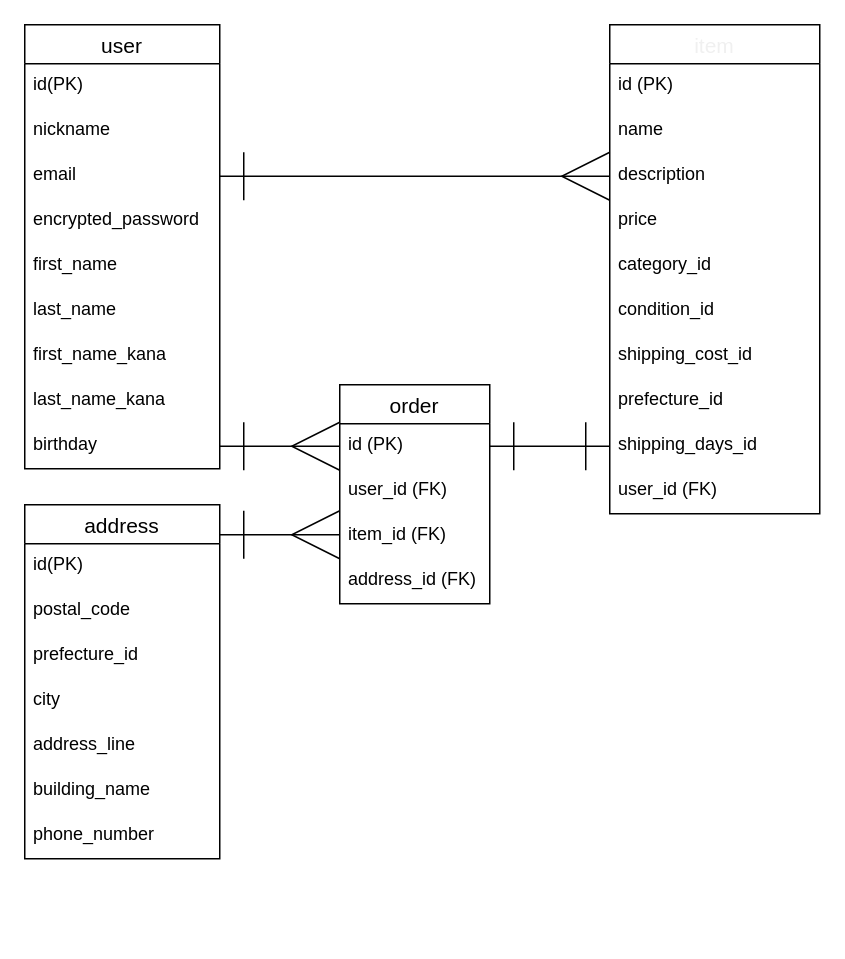
This is fulima_41683_ER.dio from ooyamadaizan/furima-41683, a draw.io file, before an edit. Source tidied: cells renumbered, new cells numbered last; positions are measured from the earlier drawing's top-left corner, leaving out a move shared by most shapes. Both pictures are drawn from the tidied source at 150%, with x=0, y=0 at pixel (24, 24).
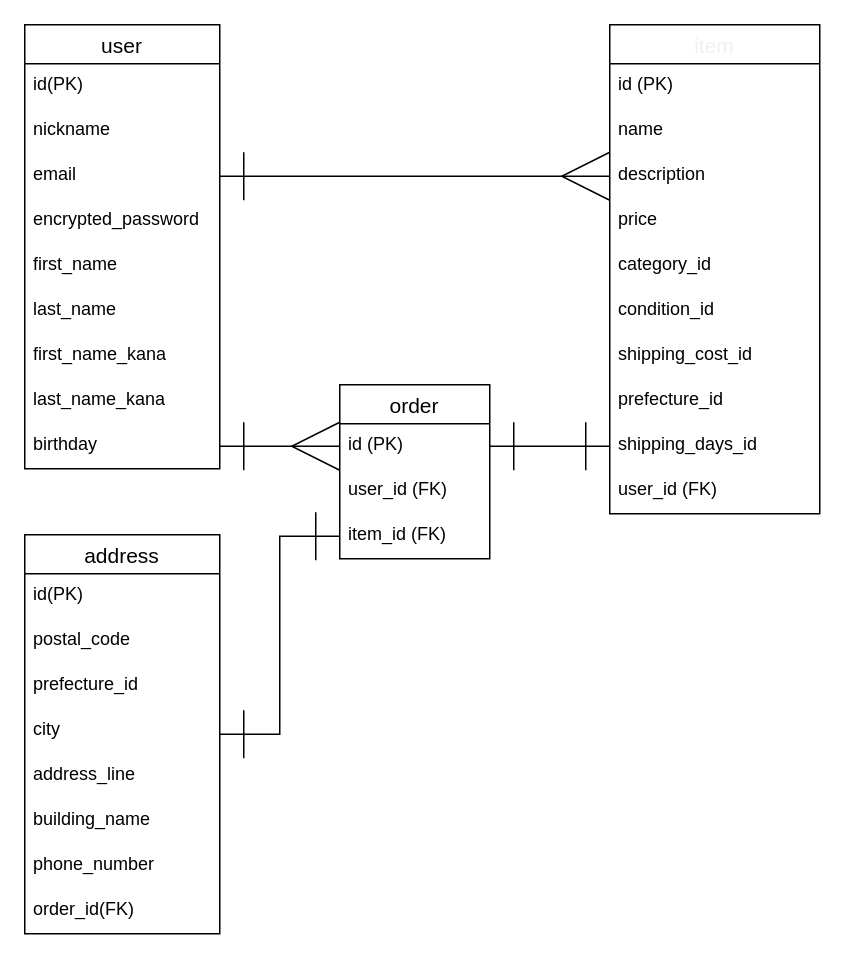
The same diagram, later.

Unchanged cells that the change refers to:
```xml
<mxCell id="26" value="item_id (FK)" style="text;strokeColor=none;fillColor=none;spacingLeft=4;spacingRight=4;overflow=hidden;points=[[0,0.5],[1,0.5]];portConstraint=eastwest;fontSize=12;" parent="23" vertex="1">
  <mxGeometry y="86" width="100" height="30" as="geometry" />
</mxCell>
```

Change to the diagram source:
```diff
@@
     <mxCell id="23" value="order" style="swimlane;fontStyle=0;horizontal=1;startSize=26;align=center;fontSize=14;labelBackgroundColor=none;" parent="1" vertex="1">
-      <mxGeometry x="210" y="240" width="100" height="146" as="geometry" />
+      <mxGeometry x="210" y="240" width="100" height="116" as="geometry" />
     </mxCell>
@@
-    <mxCell id="27" value="address_id (FK)" style="text;strokeColor=none;fillColor=none;spacingLeft=4;spacingRight=4;overflow=hidden;fontSize=12;" parent="23" vertex="1">
-      <mxGeometry y="116" width="100" height="30" as="geometry" />
-    </mxCell>
-    <mxCell id="28" style="edgeStyle=none;html=1;fontFamily=Helvetica;fontSize=14;fontColor=default;startArrow=ERone;startFill=0;endArrow=ERmany;endFill=0;startSize=30;endSize=30;entryX=0;entryY=0.467;entryDx=0;entryDy=0;entryPerimeter=0;" parent="1" edge="1" target="26">
+    <mxCell id="28" style="edgeStyle=none;html=1;fontFamily=Helvetica;fontSize=14;fontColor=default;startArrow=ERone;startFill=0;endArrow=ERone;endFill=0;startSize=30;endSize=30;entryX=0;entryY=0.5;entryDx=0;entryDy=0;rounded=0;" parent="1" edge="1" source="29" target="26">
       <mxGeometry relative="1" as="geometry">
-        <mxPoint x="130" y="340" as="sourcePoint" />
+        <Array as="points">
+          <mxPoint x="170" y="473" />
+          <mxPoint x="170" y="341" />
+        </Array>
       </mxGeometry>
     </mxCell>
     <mxCell id="29" value="address" style="swimlane;fontStyle=0;horizontal=1;startSize=26;align=center;fontSize=14;strokeColor=default;fontFamily=Helvetica;fontColor=default;fillColor=default;labelBackgroundColor=none;" parent="1" vertex="1">
-      <mxGeometry y="320" width="130" height="236" as="geometry" />
+      <mxGeometry y="340" width="130" height="266" as="geometry" />
     </mxCell>
@@
+    <mxCell id="40" value="order_id(FK)" style="text;strokeColor=none;fillColor=none;spacingLeft=4;spacingRight=4;overflow=hidden;fontSize=12;fontFamily=Helvetica;fontColor=default;startSize=26;" parent="29" vertex="1">
+      <mxGeometry y="236" width="130" height="30" as="geometry" />
+    </mxCell>
```
